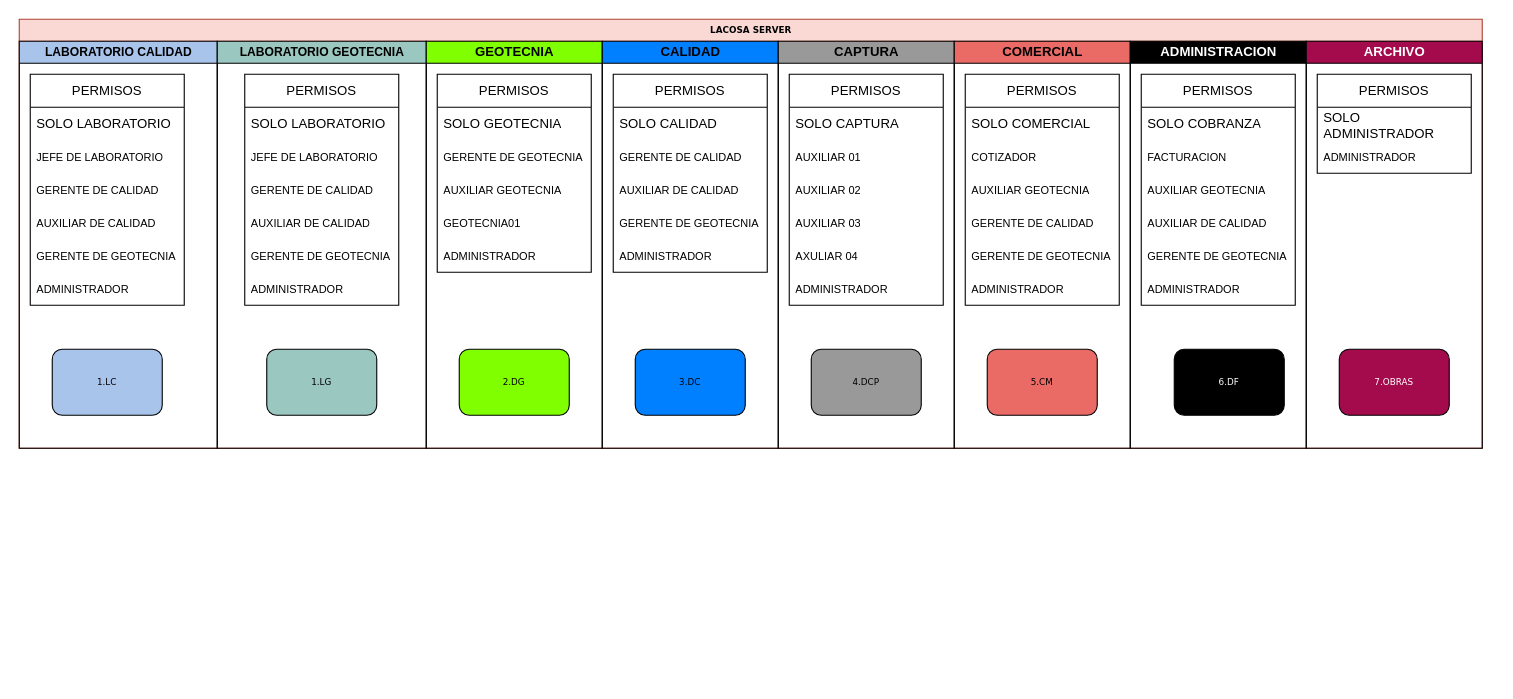
Before: ServerDirection.drawio in DekarDev/Powershell, a draw.io diagram. Source tidied: cells renumbered, new cells numbered last; positions are measured from the earlier drawing's top-left corner, leaving out a move shared by most shapes. Both pictures are drawn from the tidied source at 110%, with x=0, y=0 at pixel (19, 19).
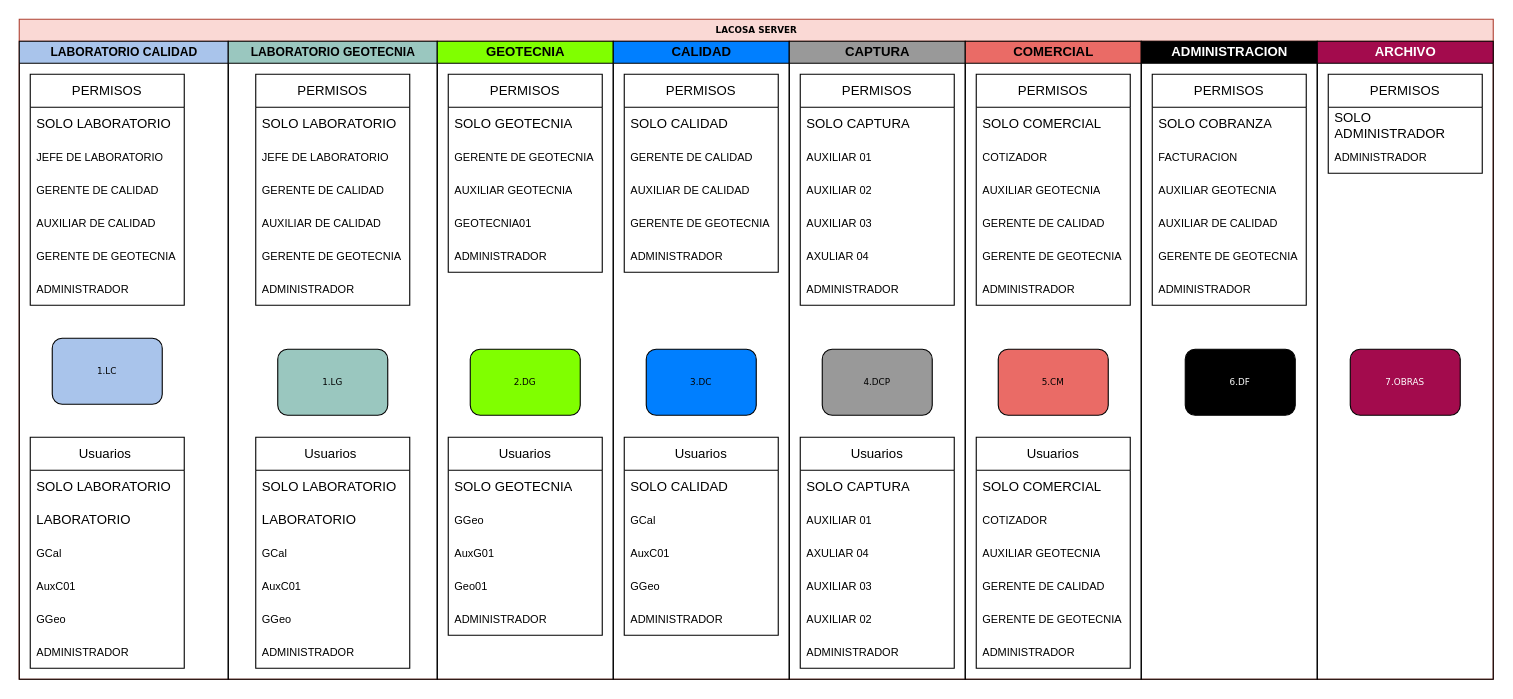
The same page after the edit.

The edit, as a diff of the source:
```diff
@@
     <mxCell id="2" value="LACOSA SERVER" style="swimlane;html=1;startSize=20;rounded=0;shadow=0;labelBackgroundColor=none;strokeWidth=1;fontFamily=Verdana;fontSize=8;align=center;fillColor=#fad9d5;strokeColor=#ae4132;" parent="1" vertex="1">
-      <mxGeometry width="1330" height="390" as="geometry" />
+      <mxGeometry width="1340" height="600" as="geometry" />
     </mxCell>
     <mxCell id="3" value="&lt;font style=&quot;font-size: 11px;&quot;&gt;LABORATORIO CALIDAD&lt;/font&gt;" style="swimlane;html=1;startSize=20;fillColor=#A9C4EB;" parent="2" vertex="1">
-      <mxGeometry y="20" width="180" height="370" as="geometry" />
+      <mxGeometry y="20" width="190" height="580" as="geometry" />
     </mxCell>
     <mxCell id="4" value="1.LC" style="rounded=1;whiteSpace=wrap;html=1;shadow=0;labelBackgroundColor=none;strokeWidth=1;fontFamily=Verdana;fontSize=8;align=center;fillColor=#A9C4EB;" parent="3" vertex="1">
-      <mxGeometry x="30" y="280" width="100" height="60" as="geometry" />
+      <mxGeometry x="30" y="270" width="100" height="60" as="geometry" />
     </mxCell>
@@
+    <mxCell id="76" value="Usuarios&amp;nbsp;" style="swimlane;fontStyle=0;horizontal=1;startSize=30;whiteSpace=wrap;html=1;" parent="3" vertex="1">
+      <mxGeometry x="10" y="360" width="140" height="210" as="geometry" />
+    </mxCell>
+    <mxCell id="77" value="SOLO LABORATORIO" style="text;strokeColor=none;fillColor=none;align=left;verticalAlign=middle;spacingLeft=4;spacingRight=4;overflow=hidden;whiteSpace=wrap;html=1;" parent="76" vertex="1">
+      <mxGeometry y="30" width="140" height="30" as="geometry" />
+    </mxCell>
+    <mxCell id="78" value="LABORATORIO" style="text;strokeColor=none;fillColor=none;align=left;verticalAlign=middle;spacingLeft=4;spacingRight=4;overflow=hidden;whiteSpace=wrap;html=1;" parent="76" vertex="1">
+      <mxGeometry y="60" width="140" height="30" as="geometry" />
+    </mxCell>
+    <mxCell id="79" value="&lt;span style=&quot;font-size: x-small; background-color: initial;&quot;&gt;GCal&lt;/span&gt;" style="text;strokeColor=none;fillColor=none;align=left;verticalAlign=middle;spacingLeft=4;spacingRight=4;overflow=hidden;whiteSpace=wrap;html=1;" parent="76" vertex="1">
+      <mxGeometry y="90" width="140" height="30" as="geometry" />
+    </mxCell>
+    <mxCell id="80" value="&lt;span style=&quot;font-size: x-small; background-color: initial;&quot;&gt;AuxC01&lt;/span&gt;" style="text;strokeColor=none;fillColor=none;align=left;verticalAlign=middle;spacingLeft=4;spacingRight=4;overflow=hidden;whiteSpace=wrap;html=1;" parent="76" vertex="1">
+      <mxGeometry y="120" width="140" height="30" as="geometry" />
+    </mxCell>
+    <mxCell id="81" value="&lt;span style=&quot;font-size: x-small; background-color: initial;&quot;&gt;GGeo&lt;/span&gt;" style="text;strokeColor=none;fillColor=none;align=left;verticalAlign=middle;spacingLeft=4;spacingRight=4;overflow=hidden;whiteSpace=wrap;html=1;" parent="76" vertex="1">
+      <mxGeometry y="150" width="140" height="30" as="geometry" />
+    </mxCell>
+    <mxCell id="82" value="&lt;font size=&quot;1&quot;&gt;ADMINISTRADOR&lt;/font&gt;" style="text;strokeColor=none;fillColor=none;align=left;verticalAlign=middle;spacingLeft=4;spacingRight=4;overflow=hidden;whiteSpace=wrap;html=1;" parent="76" vertex="1">
+      <mxGeometry y="180" width="140" height="30" as="geometry" />
+    </mxCell>
@@
     <mxCell id="17" value="&lt;font style=&quot;font-size: 11px;&quot;&gt;LABORATORIO GEOTECNIA&lt;/font&gt;" style="swimlane;html=1;startSize=20;fillColor=#9AC7BF;" parent="2" vertex="1">
-      <mxGeometry x="180" y="20" width="190" height="370" as="geometry" />
+      <mxGeometry x="190" y="20" width="190" height="580" as="geometry" />
     </mxCell>
@@
+    <mxCell id="83" value="Usuarios&amp;nbsp;" style="swimlane;fontStyle=0;horizontal=1;startSize=30;whiteSpace=wrap;html=1;" parent="17" vertex="1">
+      <mxGeometry x="25" y="360" width="140" height="210" as="geometry" />
+    </mxCell>
+    <mxCell id="84" value="SOLO LABORATORIO" style="text;strokeColor=none;fillColor=none;align=left;verticalAlign=middle;spacingLeft=4;spacingRight=4;overflow=hidden;whiteSpace=wrap;html=1;" parent="83" vertex="1">
+      <mxGeometry y="30" width="140" height="30" as="geometry" />
+    </mxCell>
+    <mxCell id="85" value="LABORATORIO" style="text;strokeColor=none;fillColor=none;align=left;verticalAlign=middle;spacingLeft=4;spacingRight=4;overflow=hidden;whiteSpace=wrap;html=1;" parent="83" vertex="1">
+      <mxGeometry y="60" width="140" height="30" as="geometry" />
+    </mxCell>
+    <mxCell id="86" value="&lt;span style=&quot;font-size: x-small; background-color: initial;&quot;&gt;GCal&lt;/span&gt;" style="text;strokeColor=none;fillColor=none;align=left;verticalAlign=middle;spacingLeft=4;spacingRight=4;overflow=hidden;whiteSpace=wrap;html=1;" parent="83" vertex="1">
+      <mxGeometry y="90" width="140" height="30" as="geometry" />
+    </mxCell>
+    <mxCell id="87" value="&lt;span style=&quot;font-size: x-small; background-color: initial;&quot;&gt;AuxC01&lt;/span&gt;" style="text;strokeColor=none;fillColor=none;align=left;verticalAlign=middle;spacingLeft=4;spacingRight=4;overflow=hidden;whiteSpace=wrap;html=1;" parent="83" vertex="1">
+      <mxGeometry y="120" width="140" height="30" as="geometry" />
+    </mxCell>
+    <mxCell id="88" value="&lt;span style=&quot;font-size: x-small; background-color: initial;&quot;&gt;GGeo&lt;/span&gt;" style="text;strokeColor=none;fillColor=none;align=left;verticalAlign=middle;spacingLeft=4;spacingRight=4;overflow=hidden;whiteSpace=wrap;html=1;" parent="83" vertex="1">
+      <mxGeometry y="150" width="140" height="30" as="geometry" />
+    </mxCell>
+    <mxCell id="89" value="&lt;font size=&quot;1&quot;&gt;ADMINISTRADOR&lt;/font&gt;" style="text;strokeColor=none;fillColor=none;align=left;verticalAlign=middle;spacingLeft=4;spacingRight=4;overflow=hidden;whiteSpace=wrap;html=1;" parent="83" vertex="1">
+      <mxGeometry y="180" width="140" height="30" as="geometry" />
+    </mxCell>
     <mxCell id="26" value="GEOTECNIA" style="swimlane;html=1;startSize=20;fillColor=#80FF00;" parent="2" vertex="1">
-      <mxGeometry x="370" y="20" width="160" height="370" as="geometry" />
+      <mxGeometry x="380" y="20" width="160" height="580" as="geometry" />
     </mxCell>
@@
+    <mxCell id="90" value="Usuarios" style="swimlane;fontStyle=0;horizontal=1;startSize=30;whiteSpace=wrap;html=1;" parent="26" vertex="1">
+      <mxGeometry x="10" y="360" width="140" height="180" as="geometry" />
+    </mxCell>
+    <mxCell id="91" value="SOLO GEOTECNIA" style="text;strokeColor=none;fillColor=none;align=left;verticalAlign=middle;spacingLeft=4;spacingRight=4;overflow=hidden;whiteSpace=wrap;html=1;" parent="90" vertex="1">
+      <mxGeometry y="30" width="140" height="30" as="geometry" />
+    </mxCell>
+    <mxCell id="92" value="&lt;font size=&quot;1&quot;&gt;GGeo&lt;/font&gt;" style="text;strokeColor=none;fillColor=none;align=left;verticalAlign=middle;spacingLeft=4;spacingRight=4;overflow=hidden;whiteSpace=wrap;html=1;" parent="90" vertex="1">
+      <mxGeometry y="60" width="140" height="30" as="geometry" />
+    </mxCell>
+    <mxCell id="93" value="&lt;font size=&quot;1&quot;&gt;AuxG01&lt;/font&gt;" style="text;strokeColor=none;fillColor=none;align=left;verticalAlign=middle;spacingLeft=4;spacingRight=4;overflow=hidden;whiteSpace=wrap;html=1;" parent="90" vertex="1">
+      <mxGeometry y="90" width="140" height="30" as="geometry" />
+    </mxCell>
+    <mxCell id="94" value="&lt;font size=&quot;1&quot;&gt;Geo01&lt;/font&gt;" style="text;strokeColor=none;fillColor=none;align=left;verticalAlign=middle;spacingLeft=4;spacingRight=4;overflow=hidden;whiteSpace=wrap;html=1;" parent="90" vertex="1">
+      <mxGeometry y="120" width="140" height="30" as="geometry" />
+    </mxCell>
+    <mxCell id="95" value="&lt;span style=&quot;font-size: x-small; background-color: initial;&quot;&gt;ADMINISTRADOR&lt;/span&gt;" style="text;strokeColor=none;fillColor=none;align=left;verticalAlign=middle;spacingLeft=4;spacingRight=4;overflow=hidden;whiteSpace=wrap;html=1;" parent="90" vertex="1">
+      <mxGeometry y="150" width="140" height="30" as="geometry" />
+    </mxCell>
     <mxCell id="34" value="CALIDAD" style="swimlane;html=1;startSize=20;fillColor=#007FFF;" parent="2" vertex="1">
-      <mxGeometry x="530" y="20" width="160" height="370" as="geometry" />
+      <mxGeometry x="540" y="20" width="160" height="580" as="geometry" />
     </mxCell>
@@
+    <mxCell id="96" value="Usuarios" style="swimlane;fontStyle=0;horizontal=1;startSize=30;whiteSpace=wrap;html=1;" parent="34" vertex="1">
+      <mxGeometry x="10" y="360" width="140" height="180" as="geometry" />
+    </mxCell>
+    <mxCell id="97" value="SOLO CALIDAD" style="text;strokeColor=none;fillColor=none;align=left;verticalAlign=middle;spacingLeft=4;spacingRight=4;overflow=hidden;whiteSpace=wrap;html=1;" parent="96" vertex="1">
+      <mxGeometry y="30" width="140" height="30" as="geometry" />
+    </mxCell>
+    <mxCell id="98" value="&lt;font size=&quot;1&quot;&gt;GCal&lt;/font&gt;" style="text;strokeColor=none;fillColor=none;align=left;verticalAlign=middle;spacingLeft=4;spacingRight=4;overflow=hidden;whiteSpace=wrap;html=1;" parent="96" vertex="1">
+      <mxGeometry y="60" width="140" height="30" as="geometry" />
+    </mxCell>
+    <mxCell id="99" value="&lt;font size=&quot;1&quot;&gt;AuxC01&lt;/font&gt;" style="text;strokeColor=none;fillColor=none;align=left;verticalAlign=middle;spacingLeft=4;spacingRight=4;overflow=hidden;whiteSpace=wrap;html=1;" parent="96" vertex="1">
+      <mxGeometry y="90" width="140" height="30" as="geometry" />
+    </mxCell>
+    <mxCell id="100" value="&lt;font size=&quot;1&quot;&gt;GGeo&lt;/font&gt;" style="text;strokeColor=none;fillColor=none;align=left;verticalAlign=middle;spacingLeft=4;spacingRight=4;overflow=hidden;whiteSpace=wrap;html=1;" parent="96" vertex="1">
+      <mxGeometry y="120" width="140" height="30" as="geometry" />
+    </mxCell>
+    <mxCell id="101" value="&lt;span style=&quot;font-size: x-small; background-color: initial;&quot;&gt;ADMINISTRADOR&lt;/span&gt;" style="text;strokeColor=none;fillColor=none;align=left;verticalAlign=middle;spacingLeft=4;spacingRight=4;overflow=hidden;whiteSpace=wrap;html=1;" parent="96" vertex="1">
+      <mxGeometry y="150" width="140" height="30" as="geometry" />
+    </mxCell>
     <mxCell id="43" value="CAPTURA" style="swimlane;html=1;startSize=20;fillColor=#999999;" parent="2" vertex="1">
-      <mxGeometry x="690" y="20" width="160" height="370" as="geometry" />
+      <mxGeometry x="700" y="20" width="160" height="580" as="geometry" />
     </mxCell>
@@
+    <mxCell id="102" value="Usuarios" style="swimlane;fontStyle=0;horizontal=1;startSize=30;whiteSpace=wrap;html=1;" parent="43" vertex="1">
+      <mxGeometry x="10" y="360" width="140" height="210" as="geometry" />
+    </mxCell>
+    <mxCell id="103" value="SOLO CAPTURA" style="text;strokeColor=none;fillColor=none;align=left;verticalAlign=middle;spacingLeft=4;spacingRight=4;overflow=hidden;whiteSpace=wrap;html=1;" parent="102" vertex="1">
+      <mxGeometry y="30" width="140" height="30" as="geometry" />
+    </mxCell>
+    <mxCell id="104" value="&lt;span style=&quot;font-size: x-small; background-color: initial;&quot;&gt;AUXILIAR 01&lt;/span&gt;" style="text;strokeColor=none;fillColor=none;align=left;verticalAlign=middle;spacingLeft=4;spacingRight=4;overflow=hidden;whiteSpace=wrap;html=1;" parent="102" vertex="1">
+      <mxGeometry y="60" width="140" height="30" as="geometry" />
+    </mxCell>
+    <mxCell id="105" value="&lt;span style=&quot;font-size: x-small; background-color: initial;&quot;&gt;AXULIAR 04&lt;/span&gt;" style="text;strokeColor=none;fillColor=none;align=left;verticalAlign=middle;spacingLeft=4;spacingRight=4;overflow=hidden;whiteSpace=wrap;html=1;" parent="102" vertex="1">
+      <mxGeometry y="90" width="140" height="30" as="geometry" />
+    </mxCell>
+    <mxCell id="106" value="&lt;span style=&quot;font-size: x-small; background-color: initial;&quot;&gt;AUXILIAR 03&lt;/span&gt;" style="text;strokeColor=none;fillColor=none;align=left;verticalAlign=middle;spacingLeft=4;spacingRight=4;overflow=hidden;whiteSpace=wrap;html=1;" parent="102" vertex="1">
+      <mxGeometry y="120" width="140" height="30" as="geometry" />
+    </mxCell>
+    <mxCell id="107" value="&lt;span style=&quot;font-size: x-small; background-color: initial;&quot;&gt;AUXILIAR 02&lt;/span&gt;" style="text;strokeColor=none;fillColor=none;align=left;verticalAlign=middle;spacingLeft=4;spacingRight=4;overflow=hidden;whiteSpace=wrap;html=1;" parent="102" vertex="1">
+      <mxGeometry y="150" width="140" height="30" as="geometry" />
+    </mxCell>
+    <mxCell id="108" value="&lt;span style=&quot;font-size: x-small; background-color: initial;&quot;&gt;ADMINISTRADOR&lt;/span&gt;" style="text;strokeColor=none;fillColor=none;align=left;verticalAlign=middle;spacingLeft=4;spacingRight=4;overflow=hidden;whiteSpace=wrap;html=1;" parent="102" vertex="1">
+      <mxGeometry y="180" width="140" height="30" as="geometry" />
+    </mxCell>
     <mxCell id="53" value="COMERCIAL" style="swimlane;html=1;startSize=20;fillColor=#EA6B66;" parent="2" vertex="1">
-      <mxGeometry x="850" y="20" width="160" height="370" as="geometry" />
+      <mxGeometry x="860" y="20" width="160" height="580" as="geometry" />
     </mxCell>
@@
+    <mxCell id="109" value="Usuarios" style="swimlane;fontStyle=0;horizontal=1;startSize=30;whiteSpace=wrap;html=1;" parent="53" vertex="1">
+      <mxGeometry x="10" y="360" width="140" height="210" as="geometry" />
+    </mxCell>
+    <mxCell id="110" value="SOLO COMERCIAL" style="text;strokeColor=none;fillColor=none;align=left;verticalAlign=middle;spacingLeft=4;spacingRight=4;overflow=hidden;whiteSpace=wrap;html=1;" parent="109" vertex="1">
+      <mxGeometry y="30" width="140" height="30" as="geometry" />
+    </mxCell>
+    <mxCell id="111" value="&lt;span style=&quot;font-size: x-small; background-color: initial;&quot;&gt;COTIZADOR&lt;/span&gt;" style="text;strokeColor=none;fillColor=none;align=left;verticalAlign=middle;spacingLeft=4;spacingRight=4;overflow=hidden;whiteSpace=wrap;html=1;" parent="109" vertex="1">
+      <mxGeometry y="60" width="140" height="30" as="geometry" />
+    </mxCell>
+    <mxCell id="112" value="&lt;font size=&quot;1&quot;&gt;AUXILIAR GEOTECNIA&lt;/font&gt;" style="text;strokeColor=none;fillColor=none;align=left;verticalAlign=middle;spacingLeft=4;spacingRight=4;overflow=hidden;whiteSpace=wrap;html=1;" parent="109" vertex="1">
+      <mxGeometry y="90" width="140" height="30" as="geometry" />
+    </mxCell>
+    <mxCell id="113" value="&lt;span style=&quot;font-size: x-small; background-color: initial;&quot;&gt;GERENTE DE CALIDAD&lt;/span&gt;" style="text;strokeColor=none;fillColor=none;align=left;verticalAlign=middle;spacingLeft=4;spacingRight=4;overflow=hidden;whiteSpace=wrap;html=1;" parent="109" vertex="1">
+      <mxGeometry y="120" width="140" height="30" as="geometry" />
+    </mxCell>
+    <mxCell id="114" value="&lt;span style=&quot;font-size: x-small; background-color: initial;&quot;&gt;GERENTE DE GEOTECNIA&lt;/span&gt;" style="text;strokeColor=none;fillColor=none;align=left;verticalAlign=middle;spacingLeft=4;spacingRight=4;overflow=hidden;whiteSpace=wrap;html=1;" parent="109" vertex="1">
+      <mxGeometry y="150" width="140" height="30" as="geometry" />
+    </mxCell>
+    <mxCell id="115" value="&lt;span style=&quot;font-size: x-small; background-color: initial;&quot;&gt;ADMINISTRADOR&lt;/span&gt;" style="text;strokeColor=none;fillColor=none;align=left;verticalAlign=middle;spacingLeft=4;spacingRight=4;overflow=hidden;whiteSpace=wrap;html=1;" parent="109" vertex="1">
+      <mxGeometry y="180" width="140" height="30" as="geometry" />
+    </mxCell>
     <mxCell id="62" value="ADMINISTRACION" style="swimlane;html=1;startSize=20;fillColor=#000000;fontColor=#FFFFFF;" parent="2" vertex="1">
-      <mxGeometry x="1010" y="20" width="160" height="370" as="geometry" />
+      <mxGeometry x="1020" y="20" width="160" height="580" as="geometry" />
     </mxCell>
@@
     <mxCell id="71" value="ARCHIVO" style="swimlane;html=1;startSize=20;fillColor=#A30B4D;labelBackgroundColor=none;fontColor=#FFFFFF;" parent="2" vertex="1">
-      <mxGeometry x="1170" y="20" width="160" height="370" as="geometry" />
+      <mxGeometry x="1180" y="20" width="160" height="580" as="geometry" />
     </mxCell>
```
